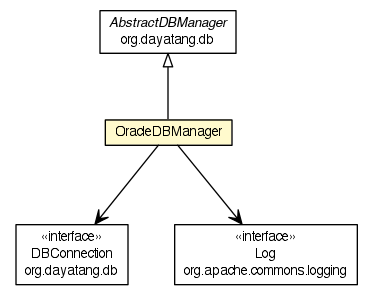
The Graphviz diagram apidocs/org/dayatang/db/oracle/OracleDBManager.png in dayatang/dddlib, before a commit. Its source is kept beside it as apidocs/org/dayatang/db/oracle/OracleDBManager.dot.
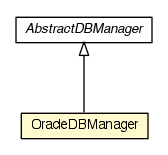
The same diagram one commit later.

Change to the diagram source:
```diff
@@ -4,32 +4,15 @@
 	node [fontname="Helvetica",fontsize=10,shape=plaintext];
 	nodesep=0.25;
 	ranksep=0.5;
-	c73252 [label=<<table title="org.dayatang.db.DBConnection" border="0" cellborder="1" cellspacing="0" cellpadding="2" port="p" href="../DBConnection.html">
-		<tr><td><table border="0" cellspacing="0" cellpadding="1">
-<tr><td align="center" balign="center"> &#171;interface&#187; </td></tr>
-<tr><td align="center" balign="center"> DBConnection </td></tr>
-<tr><td align="center" balign="center"> org.dayatang.db </td></tr>
-		</table></td></tr>
-		</table>>, URL="../DBConnection.html", fontname="Helvetica", fontcolor="black", fontsize=10.0];
-	c73254 [label=<<table title="org.dayatang.db.AbstractDBManager" border="0" cellborder="1" cellspacing="0" cellpadding="2" port="p" href="../AbstractDBManager.html">
+	c73018 [label=<<table title="org.dayatang.db.AbstractDBManager" border="0" cellborder="1" cellspacing="0" cellpadding="2" port="p" href="../AbstractDBManager.html">
 		<tr><td><table border="0" cellspacing="0" cellpadding="1">
 <tr><td align="center" balign="center"><font face="Helvetica-Oblique"> AbstractDBManager </font></td></tr>
-<tr><td align="center" balign="center"> org.dayatang.db </td></tr>
 		</table></td></tr>
 		</table>>, URL="../AbstractDBManager.html", fontname="Helvetica", fontcolor="black", fontsize=10.0];
-	c73256 [label=<<table title="org.dayatang.db.oracle.OracleDBManager" border="0" cellborder="1" cellspacing="0" cellpadding="2" port="p" bgcolor="lemonChiffon" href="./OracleDBManager.html">
+	c73020 [label=<<table title="org.dayatang.db.oracle.OracleDBManager" border="0" cellborder="1" cellspacing="0" cellpadding="2" port="p" bgcolor="lemonChiffon" href="./OracleDBManager.html">
 		<tr><td><table border="0" cellspacing="0" cellpadding="1">
 <tr><td align="center" balign="center"> OracleDBManager </td></tr>
 		</table></td></tr>
 		</table>>, URL="./OracleDBManager.html", fontname="Helvetica", fontcolor="black", fontsize=10.0];
-	c73254:p -> c73256:p [dir=back,arrowtail=empty];
-	c73256:p -> c73403:p [taillabel="", label=" "headlabel="", fontname="Helvetica", fontcolor="black", fontsize=10.0, color="black", arrowhead=open];
-	c73256:p -> c73252:p [taillabel="", label=" "headlabel="", fontname="Helvetica", fontcolor="black", fontsize=10.0, color="black", arrowhead=open];
-	c73403 [label=<<table title="org.apache.commons.logging.Log" border="0" cellborder="1" cellspacing="0" cellpadding="2" port="p" href="http://java.sun.com/j2se/1.4.2/docs/api/org/apache/commons/logging/Log.html">
-		<tr><td><table border="0" cellspacing="0" cellpadding="1">
-<tr><td align="center" balign="center"> &#171;interface&#187; </td></tr>
-<tr><td align="center" balign="center"> Log </td></tr>
-<tr><td align="center" balign="center"> org.apache.commons.logging </td></tr>
-		</table></td></tr>
-		</table>>, URL="http://java.sun.com/j2se/1.4.2/docs/api/org/apache/commons/logging/Log.html", fontname="Helvetica", fontcolor="black", fontsize=10.0];
+	c73018:p -> c73020:p [dir=back,arrowtail=empty];
 }
```
